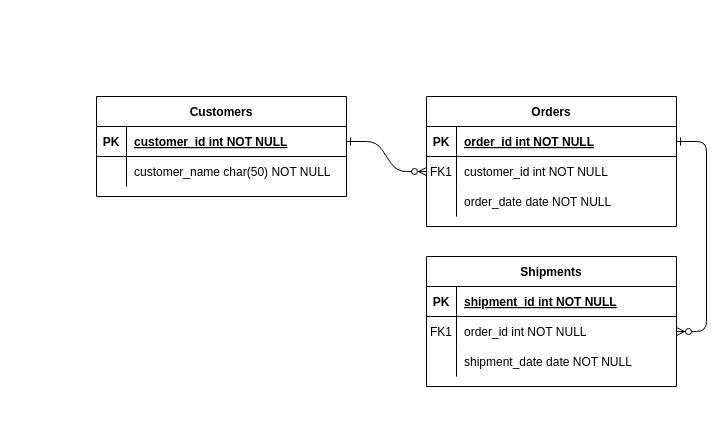
fixitman/Wotg keeps this draw.io diagram as Shared Lists.drawio. Above is the earlier version. Source tidied: cells renumbered, new cells numbered last; positions are measured from the earlier drawing's top-left corner, leaving out a move shared by most shapes. Both pictures are drawn from the tidied source at 100%, with x=0, y=0 at pixel (96, 96).
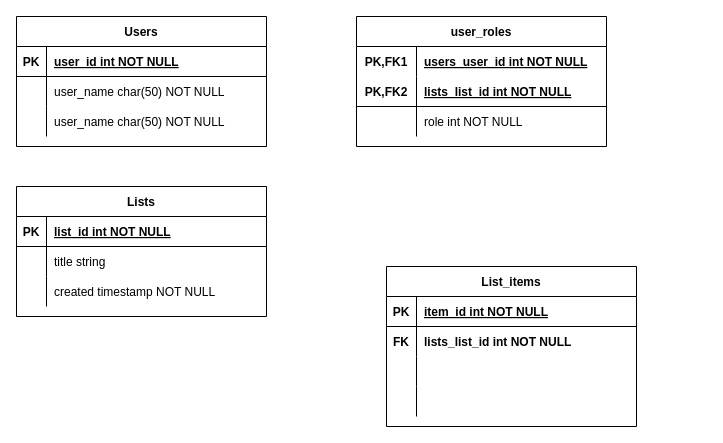
After the change.

Unchanged cells that the change refers to:
```xml
<mxCell id="5" style="shape=partialRectangle;fillColor=none;points=[[0,0.5],[1,0.5]];portConstraint=eastwest;top=0;left=0;right=0;bottom=1;" parent="4" vertex="1">
  <mxGeometry y="30" width="250" height="30" as="geometry" />
</mxCell>
<mxCell id="8" style="shape=partialRectangle;fillColor=none;points=[[0,0.5],[1,0.5]];portConstraint=eastwest;top=0;left=0;right=0;bottom=0;" parent="4" vertex="1">
  <mxGeometry y="60" width="250" height="30" as="geometry" />
</mxCell>
<mxCell id="11" style="shape=partialRectangle;fillColor=none;top=0;left=0;right=0;bottom=0;" parent="4" vertex="1">
  <mxGeometry y="90" width="250" height="30" as="geometry" />
</mxCell>
<mxCell id="25" style="shape=partialRectangle;fillColor=none;points=[[0,0.5],[1,0.5]];portConstraint=eastwest;top=0;left=0;right=0;bottom=1;" parent="24" vertex="1">
  <mxGeometry y="30" width="250" height="30" as="geometry" />
</mxCell>
<mxCell id="28" style="shape=partialRectangle;fillColor=none;top=0;left=0;right=0;bottom=0;" parent="24" vertex="1">
  <mxGeometry y="60" width="250" height="30" as="geometry" />
</mxCell>
```

What changed in the source:
```diff
@@
-    <mxCell id="2" style="edgeStyle=entityRelationEdgeStyle;endArrow=ERzeroToMany;startArrow=ERone;endFill=1;startFill=0;" parent="1" edge="1" source="25" target="8">
-      <mxGeometry relative="1" as="geometry" />
-    </mxCell>
-    <mxCell id="3" style="edgeStyle=entityRelationEdgeStyle;endArrow=ERzeroToMany;startArrow=ERone;endFill=1;startFill=0;" parent="1" edge="1" source="5" target="18">
-      <mxGeometry relative="1" as="geometry" />
-    </mxCell>
-    <mxCell id="4" value="Orders" style="shape=table;startSize=30;childLayout=tableLayout;rowLines=0;fontStyle=1;align=center;" parent="1" vertex="1">
-      <mxGeometry x="330" width="250" height="130" as="geometry" />
+    <mxCell id="4" value="Lists" style="shape=table;startSize=30;childLayout=tableLayout;rowLines=0;fontStyle=1;align=center;" parent="1" vertex="1">
+      <mxGeometry x="-80" y="90" width="250" height="130" as="geometry" />
     </mxCell>
@@
-    <mxCell id="7" value="order_id int NOT NULL " style="shape=partialRectangle;overflow=hidden;fillColor=none;top=0;left=0;bottom=0;right=0;align=left;spacingLeft=6;fontStyle=5;" parent="5" vertex="1">
+    <mxCell id="7" value="list_id int NOT NULL " style="shape=partialRectangle;overflow=hidden;fillColor=none;top=0;left=0;bottom=0;right=0;align=left;spacingLeft=6;fontStyle=5;" parent="5" vertex="1">
       <mxGeometry x="30" width="220" height="30" as="geometry" />
     </mxCell>
@@
-    <mxCell id="9" value="FK1" style="shape=partialRectangle;overflow=hidden;fillColor=none;top=0;left=0;bottom=0;right=0;" parent="8" vertex="1">
+    <mxCell id="9" style="shape=partialRectangle;overflow=hidden;fillColor=none;top=0;left=0;bottom=0;right=0;" parent="8" vertex="1">
       <mxGeometry width="30" height="30" as="geometry" />
     </mxCell>
-    <mxCell id="10" value="customer_id int NOT NULL" style="shape=partialRectangle;overflow=hidden;fillColor=none;top=0;left=0;bottom=0;right=0;align=left;spacingLeft=6;" parent="8" vertex="1">
+    <mxCell id="10" value="title string " style="shape=partialRectangle;overflow=hidden;fillColor=none;top=0;left=0;bottom=0;right=0;align=left;spacingLeft=6;" parent="8" vertex="1">
       <mxGeometry x="30" width="220" height="30" as="geometry" />
     </mxCell>
@@
-    <mxCell id="13" value="order_date date NOT NULL" style="shape=partialRectangle;overflow=hidden;fillColor=none;top=0;left=0;bottom=0;right=0;align=left;spacingLeft=6;" parent="11" vertex="1">
+    <mxCell id="13" value="created timestamp NOT NULL" style="shape=partialRectangle;overflow=hidden;fillColor=none;top=0;left=0;bottom=0;right=0;align=left;spacingLeft=6;" parent="11" vertex="1">
       <mxGeometry x="30" width="220" height="30" as="geometry" />
     </mxCell>
-    <mxCell id="14" value="Shipments" style="shape=table;startSize=30;childLayout=tableLayout;rowLines=0;fontStyle=1;align=center;" parent="1" vertex="1">
-      <mxGeometry x="330" y="160" width="250" height="130" as="geometry" />
-    </mxCell>
-    <mxCell id="15" style="shape=partialRectangle;fillColor=none;top=0;left=0;right=0;bottom=1;" parent="14" vertex="1">
-      <mxGeometry y="30" width="250" height="30" as="geometry" />
-    </mxCell>
-    <mxCell id="16" value="PK" style="shape=partialRectangle;overflow=hidden;fillColor=none;top=0;left=0;bottom=0;right=0;fontStyle=1;" parent="15" vertex="1">
-      <mxGeometry width="30" height="30" as="geometry" />
-    </mxCell>
-    <mxCell id="17" value="shipment_id int NOT NULL " style="shape=partialRectangle;overflow=hidden;fillColor=none;top=0;left=0;bottom=0;right=0;align=left;spacingLeft=6;fontStyle=5;" parent="15" vertex="1">
-      <mxGeometry x="30" width="220" height="30" as="geometry" />
-    </mxCell>
-    <mxCell id="18" style="shape=partialRectangle;fillColor=none;points=[[0,0.5],[1,0.5]];portConstraint=eastwest;top=0;left=0;right=0;bottom=0;" parent="14" vertex="1">
-      <mxGeometry y="60" width="250" height="30" as="geometry" />
-    </mxCell>
-    <mxCell id="19" value="FK1" style="shape=partialRectangle;overflow=hidden;fillColor=none;top=0;left=0;bottom=0;right=0;" parent="18" vertex="1">
-      <mxGeometry width="30" height="30" as="geometry" />
-    </mxCell>
-    <mxCell id="20" value="order_id int NOT NULL" style="shape=partialRectangle;overflow=hidden;fillColor=none;top=0;left=0;bottom=0;right=0;align=left;spacingLeft=6;" parent="18" vertex="1">
-      <mxGeometry x="30" width="220" height="30" as="geometry" />
-    </mxCell>
-    <mxCell id="21" style="shape=partialRectangle;fillColor=none;top=0;left=0;right=0;bottom=0;" parent="14" vertex="1">
-      <mxGeometry y="90" width="250" height="30" as="geometry" />
-    </mxCell>
-    <mxCell id="22" style="shape=partialRectangle;overflow=hidden;fillColor=none;top=0;left=0;bottom=0;right=0;" parent="21" vertex="1">
-      <mxGeometry width="30" height="30" as="geometry" />
-    </mxCell>
-    <mxCell id="23" value="shipment_date date NOT NULL" style="shape=partialRectangle;overflow=hidden;fillColor=none;top=0;left=0;bottom=0;right=0;align=left;spacingLeft=6;" parent="21" vertex="1">
-      <mxGeometry x="30" width="220" height="30" as="geometry" />
-    </mxCell>
-    <mxCell id="24" value="Customers" style="shape=table;startSize=30;childLayout=tableLayout;rowLines=0;fontStyle=1;align=center;" parent="1" vertex="1">
-      <mxGeometry width="250" height="100" as="geometry" />
+    <mxCell id="24" value="Users" style="shape=table;startSize=30;childLayout=tableLayout;rowLines=0;fontStyle=1;align=center;" parent="1" vertex="1">
+      <mxGeometry x="-80" y="-80" width="250" height="130" as="geometry" />
     </mxCell>
@@
-    <mxCell id="27" value="customer_id int NOT NULL " style="shape=partialRectangle;overflow=hidden;fillColor=none;top=0;left=0;bottom=0;right=0;align=left;spacingLeft=6;fontStyle=5;" parent="25" vertex="1">
+    <mxCell id="27" value="user_id int NOT NULL " style="shape=partialRectangle;overflow=hidden;fillColor=none;top=0;left=0;bottom=0;right=0;align=left;spacingLeft=6;fontStyle=5;" parent="25" vertex="1">
       <mxGeometry x="30" width="220" height="30" as="geometry" />
     </mxCell>
@@
-    <mxCell id="30" value="customer_name char(50) NOT NULL" style="shape=partialRectangle;overflow=hidden;fillColor=none;top=0;left=0;bottom=0;right=0;align=left;spacingLeft=6;" parent="28" vertex="1">
+    <mxCell id="30" value="user_name char(50) NOT NULL" style="shape=partialRectangle;overflow=hidden;fillColor=none;top=0;left=0;bottom=0;right=0;align=left;spacingLeft=6;" parent="28" vertex="1">
       <mxGeometry x="30" width="220" height="30" as="geometry" />
     </mxCell>
+    <mxCell id="21" style="shape=partialRectangle;fillColor=none;top=0;left=0;right=0;bottom=0;" parent="24" vertex="1">
+      <mxGeometry y="90" width="250" height="30" as="geometry" />
+    </mxCell>
+    <mxCell id="22" style="shape=partialRectangle;overflow=hidden;fillColor=none;top=0;left=0;bottom=0;right=0;" parent="21" vertex="1">
+      <mxGeometry width="30" height="30" as="geometry" />
+    </mxCell>
+    <mxCell id="31" value="user_name char(50) NOT NULL" style="shape=partialRectangle;overflow=hidden;fillColor=none;top=0;left=0;bottom=0;right=0;align=left;spacingLeft=6;" parent="21" vertex="1">
+      <mxGeometry x="30" width="220" height="30" as="geometry" />
+    </mxCell>
+    <mxCell id="32" value="List_items" style="shape=table;startSize=30;childLayout=tableLayout;rowLines=0;fontStyle=1;align=center;" parent="1" vertex="1">
+      <mxGeometry x="290" y="170" width="250" height="160" as="geometry" />
+    </mxCell>
+    <mxCell id="33" style="shape=tableRow;horizontal=0;startSize=0;swimlaneHead=0;swimlaneBody=0;fillColor=none;top=0;left=0;right=0;bottom=1;" parent="32" vertex="1">
+      <mxGeometry y="30" width="250" height="30" as="geometry" />
+    </mxCell>
+    <mxCell id="16" value="PK" style="shape=partialRectangle;fillColor=none;top=0;left=0;bottom=0;right=0;fontStyle=1;overflow=hidden;" parent="33" vertex="1">
+      <mxGeometry width="30" height="30" as="geometry" />
+    </mxCell>
+    <mxCell id="34" value="item_id int NOT NULL" style="shape=partialRectangle;fillColor=none;top=0;left=0;bottom=0;right=0;align=left;spacingLeft=6;fontStyle=5;overflow=hidden;" parent="33" vertex="1">
+      <mxGeometry x="30" width="220" height="30" as="geometry" />
+    </mxCell>
+    <mxCell id="35" style="shape=tableRow;horizontal=0;startSize=0;swimlaneHead=0;swimlaneBody=0;fillColor=none;top=0;left=0;right=0;bottom=0;" parent="32" vertex="1">
+      <mxGeometry y="60" width="250" height="30" as="geometry" />
+    </mxCell>
+    <mxCell id="36" value="FK" style="shape=partialRectangle;fillColor=none;top=0;left=0;bottom=0;right=0;overflow=hidden;fontStyle=1;" parent="35" vertex="1">
+      <mxGeometry width="30" height="30" as="geometry" />
+    </mxCell>
+    <mxCell id="37" value="lists_list_id int NOT NULL" style="shape=partialRectangle;fillColor=none;top=0;left=0;bottom=0;right=0;align=left;spacingLeft=6;overflow=hidden;fontStyle=1;" parent="35" vertex="1">
+      <mxGeometry x="30" width="220" height="30" as="geometry" />
+    </mxCell>
+    <mxCell id="38" style="shape=tableRow;horizontal=0;startSize=0;swimlaneHead=0;swimlaneBody=0;fillColor=none;top=0;left=0;right=0;bottom=0;" parent="32" vertex="1">
+      <mxGeometry y="90" width="250" height="30" as="geometry" />
+    </mxCell>
+    <mxCell id="39" style="shape=partialRectangle;fillColor=none;top=0;left=0;bottom=0;right=0;overflow=hidden;" parent="38" vertex="1">
+      <mxGeometry width="30" height="30" as="geometry" />
+    </mxCell>
+    <mxCell id="40" style="shape=partialRectangle;fillColor=none;top=0;left=0;bottom=0;right=0;align=left;spacingLeft=6;overflow=hidden;" parent="38" vertex="1">
+      <mxGeometry x="30" width="220" height="30" as="geometry" />
+    </mxCell>
+    <mxCell id="41" style="shape=tableRow;horizontal=0;startSize=0;swimlaneHead=0;swimlaneBody=0;fillColor=none;top=0;left=0;right=0;bottom=0;" parent="32" vertex="1">
+      <mxGeometry y="120" width="250" height="30" as="geometry" />
+    </mxCell>
+    <mxCell id="42" style="shape=partialRectangle;fillColor=none;top=0;left=0;bottom=0;right=0;overflow=hidden;" parent="41" vertex="1">
+      <mxGeometry width="30" height="30" as="geometry" />
+    </mxCell>
+    <mxCell id="43" style="shape=partialRectangle;fillColor=none;top=0;left=0;bottom=0;right=0;align=left;spacingLeft=6;overflow=hidden;" parent="41" vertex="1">
+      <mxGeometry x="30" width="220" height="30" as="geometry" />
+    </mxCell>
+    <mxCell id="44" value="user_roles" style="shape=table;startSize=30;childLayout=tableLayout;rowLines=0;fontStyle=1;align=center;" parent="1" vertex="1">
+      <mxGeometry x="260" y="-80" width="250" height="130" as="geometry" />
+    </mxCell>
+    <mxCell id="45" style="shape=tableRow;horizontal=0;startSize=0;swimlaneHead=0;swimlaneBody=0;fillColor=none;top=0;left=0;right=0;bottom=0;" parent="44" vertex="1">
+      <mxGeometry y="30" width="250" height="30" as="geometry" />
+    </mxCell>
+    <mxCell id="46" value="PK,FK1" style="shape=partialRectangle;fillColor=none;top=0;left=0;bottom=0;right=0;fontStyle=1;overflow=hidden;" parent="45" vertex="1">
+      <mxGeometry width="60" height="30" as="geometry" />
+    </mxCell>
+    <mxCell id="47" value="users_user_id int NOT NULL" style="shape=partialRectangle;fillColor=none;top=0;left=0;bottom=0;right=0;align=left;spacingLeft=6;fontStyle=5;overflow=hidden;" parent="45" vertex="1">
+      <mxGeometry x="60" width="190" height="30" as="geometry" />
+    </mxCell>
+    <mxCell id="48" style="shape=tableRow;horizontal=0;startSize=0;swimlaneHead=0;swimlaneBody=0;fillColor=none;top=0;left=0;right=0;bottom=1;" parent="44" vertex="1">
+      <mxGeometry y="60" width="250" height="30" as="geometry" />
+    </mxCell>
+    <mxCell id="49" value="PK,FK2" style="shape=partialRectangle;fillColor=none;top=0;left=0;bottom=0;right=0;fontStyle=1;overflow=hidden;" parent="48" vertex="1">
+      <mxGeometry width="60" height="30" as="geometry" />
+    </mxCell>
+    <mxCell id="50" value="lists_list_id int NOT NULL" style="shape=partialRectangle;fillColor=none;top=0;left=0;bottom=0;right=0;align=left;spacingLeft=6;fontStyle=5;overflow=hidden;" parent="48" vertex="1">
+      <mxGeometry x="60" width="190" height="30" as="geometry" />
+    </mxCell>
+    <mxCell id="51" style="shape=tableRow;horizontal=0;startSize=0;swimlaneHead=0;swimlaneBody=0;fillColor=none;top=0;left=0;right=0;bottom=0;" parent="44" vertex="1">
+      <mxGeometry y="90" width="250" height="30" as="geometry" />
+    </mxCell>
+    <mxCell id="52" style="shape=partialRectangle;fillColor=none;top=0;left=0;bottom=0;right=0;overflow=hidden;" parent="51" vertex="1">
+      <mxGeometry width="60" height="30" as="geometry" />
+    </mxCell>
+    <mxCell id="53" value="role int NOT NULL" style="shape=partialRectangle;fillColor=none;top=0;left=0;bottom=0;right=0;align=left;spacingLeft=6;overflow=hidden;" parent="51" vertex="1">
+      <mxGeometry x="60" width="190" height="30" as="geometry" />
+    </mxCell>
```
